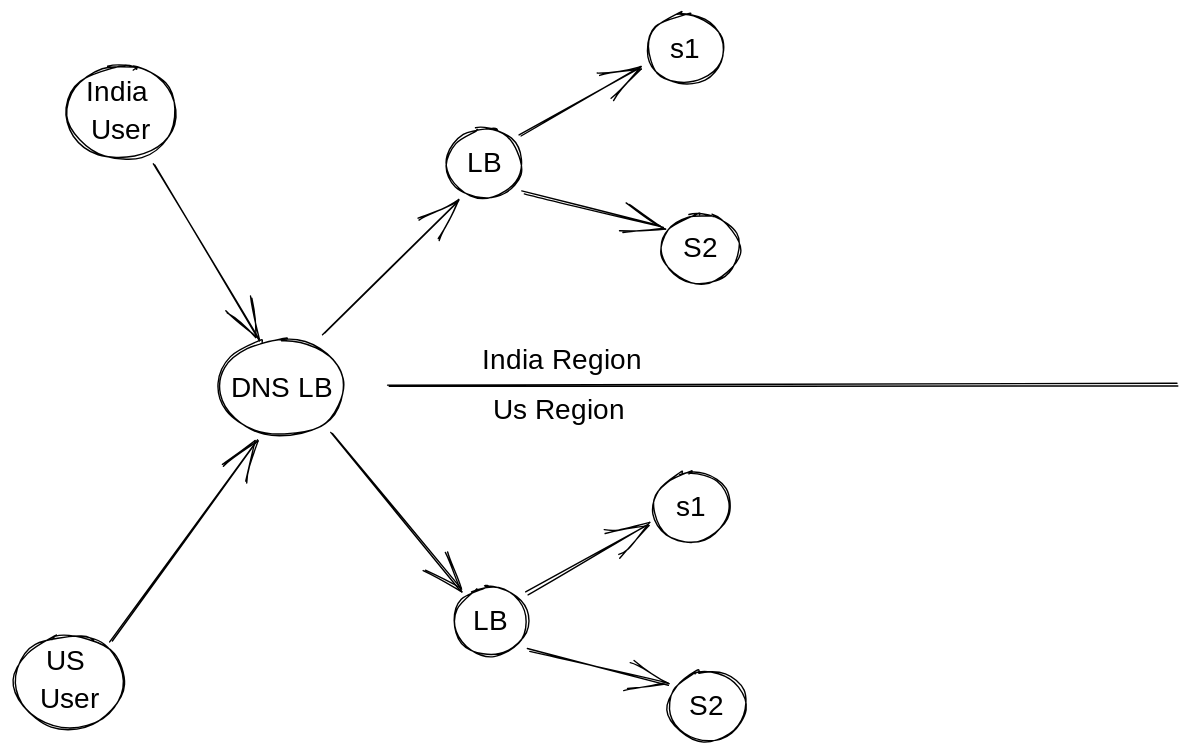
Above: .gitbook/assets/multi-region-dns-lb.svg in websysarch/gitbook-notes (Excalidraw), before the change. Source tidied: one line per element, renumbered; positions are measured from the earlier drawing's top-left corner, leaving out a move shared by most shapes. Its diagram source:
```json
{"id": 0, "type": "line", "strokeColor": "#000000", "strokeWidth": 1, "roughness": 1, "x": 268, "y": 265, "width": 563, "height": 0, "points": [[0, 0], [563, 0]]}
{"id": 1, "type": "ellipse", "strokeColor": "#000000", "strokeWidth": 1, "roughness": 1, "x": 37, "y": 37, "width": 79, "height": 66}
{"id": 2, "type": "text", "text": "India \nUser", "strokeColor": "#000000", "strokeWidth": 1, "roughness": 1, "fontSize": 20, "fontFamily": 1, "textAlign": "center", "verticalAlign": "middle", "inside": 1, "x": 42, "y": 43, "width": 69, "height": 54}
{"id": 3, "type": "ellipse", "strokeColor": "#000000", "strokeWidth": 1, "roughness": 1, "x": 0, "y": 444, "width": 79, "height": 66}
{"id": 4, "type": "text", "text": "US \nUser", "strokeColor": "#000000", "strokeWidth": 1, "roughness": 1, "fontSize": 20, "fontFamily": 1, "textAlign": "center", "verticalAlign": "middle", "inside": 3, "x": 5, "y": 450, "width": 69, "height": 54}
{"id": 5, "type": "ellipse", "strokeColor": "#000000", "strokeWidth": 1, "roughness": 1, "x": 147, "y": 233, "width": 89, "height": 69}
{"id": 6, "type": "text", "text": "DNS LB", "strokeColor": "#000000", "strokeWidth": 1, "roughness": 1, "fontSize": 20, "fontFamily": 1, "textAlign": "center", "verticalAlign": "middle", "inside": 5, "x": 152, "y": 254, "width": 79, "height": 27}
{"id": 7, "type": "arrow", "strokeColor": "#000000", "strokeWidth": 1, "roughness": 1, "endArrowhead": "arrow", "from": 1, "to": 5, "x": 100, "y": 107, "width": 75, "height": 126, "points": [[0, 0], [75, 126]]}
{"id": 8, "type": "arrow", "strokeColor": "#000000", "strokeWidth": 1, "roughness": 1, "endArrowhead": "arrow", "from": 3, "to": 5, "x": 69, "y": 448, "width": 105, "height": 143, "points": [[0, 0], [105, -143]]}
{"id": 9, "type": "ellipse", "strokeColor": "#000000", "strokeWidth": 1, "roughness": 1, "x": 310, "y": 82, "width": 53, "height": 49}
{"id": 10, "type": "arrow", "strokeColor": "#000000", "strokeWidth": 1, "roughness": 1, "endArrowhead": "arrow", "from": 5, "to": 9, "x": 222, "y": 229, "width": 96, "height": 95, "points": [[0, 0], [96, -95]]}
{"id": 11, "type": "arrow", "strokeColor": "#000000", "strokeWidth": 1, "roughness": 1, "endArrowhead": "arrow", "from": 5, "to": 19, "x": 227, "y": 299, "width": 93, "height": 112, "points": [[0, 0], [93, 112]]}
{"id": 12, "type": "ellipse", "strokeColor": "#000000", "strokeWidth": 1, "roughness": 1, "x": 452, "y": 0, "width": 55, "height": 50}
{"id": 13, "type": "ellipse", "strokeColor": "#000000", "strokeWidth": 1, "roughness": 1, "x": 463, "y": 142, "width": 55, "height": 50}
{"id": 14, "type": "arrow", "strokeColor": "#000000", "strokeWidth": 1, "roughness": 1, "endArrowhead": "arrow", "from": 9, "to": 12, "x": 362, "y": 87, "width": 85, "height": 49, "points": [[0, 0], [85, -49]]}
{"id": 15, "type": "arrow", "strokeColor": "#000000", "strokeWidth": 1, "roughness": 1, "endArrowhead": "arrow", "from": 9, "to": 13, "x": 364, "y": 127, "width": 99, "height": 25, "points": [[0, 0], [99, 25]]}
{"id": 16, "type": "text", "text": "LB", "strokeColor": "#000000", "strokeWidth": 1, "roughness": 1, "fontSize": 20, "fontFamily": 1, "textAlign": "center", "verticalAlign": "middle", "inside": 9, "x": 315, "y": 94, "width": 43, "height": 27}
{"id": 17, "type": "text", "text": "s1", "strokeColor": "#000000", "strokeWidth": 1, "roughness": 1, "fontSize": 20, "fontFamily": 1, "textAlign": "center", "verticalAlign": "middle", "inside": 12, "x": 457, "y": 12, "width": 45, "height": 27}
{"id": 18, "type": "text", "text": "S2", "strokeColor": "#000000", "strokeWidth": 1, "roughness": 1, "fontSize": 20, "fontFamily": 1, "textAlign": "center", "verticalAlign": "middle", "inside": 13, "x": 468, "y": 155, "width": 45, "height": 27}
{"id": 19, "type": "ellipse", "strokeColor": "#000000", "strokeWidth": 1, "roughness": 1, "x": 314, "y": 409, "width": 53, "height": 49}
{"id": 20, "type": "ellipse", "strokeColor": "#000000", "strokeWidth": 1, "roughness": 1, "x": 456, "y": 327, "width": 55, "height": 50}
{"id": 21, "type": "ellipse", "strokeColor": "#000000", "strokeWidth": 1, "roughness": 1, "x": 467, "y": 470, "width": 55, "height": 50}
{"id": 22, "type": "arrow", "strokeColor": "#000000", "strokeWidth": 1, "roughness": 1, "endArrowhead": "arrow", "from": 19, "to": 20, "x": 366, "y": 414, "width": 85, "height": 49, "points": [[0, 0], [85, -49]]}
{"id": 23, "type": "arrow", "strokeColor": "#000000", "strokeWidth": 1, "roughness": 1, "endArrowhead": "arrow", "from": 19, "to": 21, "x": 368, "y": 455, "width": 99, "height": 25, "points": [[0, 0], [99, 25]]}
{"id": 24, "type": "text", "text": "LB", "strokeColor": "#000000", "strokeWidth": 1, "roughness": 1, "fontSize": 20, "fontFamily": 1, "textAlign": "center", "verticalAlign": "middle", "inside": 19, "x": 319, "y": 421, "width": 43, "height": 27}
{"id": 25, "type": "text", "text": "s1", "strokeColor": "#000000", "strokeWidth": 1, "roughness": 1, "fontSize": 20, "fontFamily": 1, "textAlign": "center", "verticalAlign": "middle", "inside": 20, "x": 461, "y": 340, "width": 45, "height": 27}
{"id": 26, "type": "text", "text": "S2", "strokeColor": "#000000", "strokeWidth": 1, "roughness": 1, "fontSize": 20, "fontFamily": 1, "textAlign": "center", "verticalAlign": "middle", "inside": 21, "x": 472, "y": 482, "width": 45, "height": 27}
{"id": 27, "type": "text", "text": "India Region", "strokeColor": "#000000", "strokeWidth": 1, "roughness": 1, "fontSize": 20, "fontFamily": 1, "x": 334, "y": 236, "width": 120, "height": 25}
{"id": 28, "type": "text", "text": "Us Region", "strokeColor": "#000000", "strokeWidth": 1, "roughness": 1, "fontSize": 20, "fontFamily": 1, "x": 342, "y": 272, "width": 95, "height": 25}
```
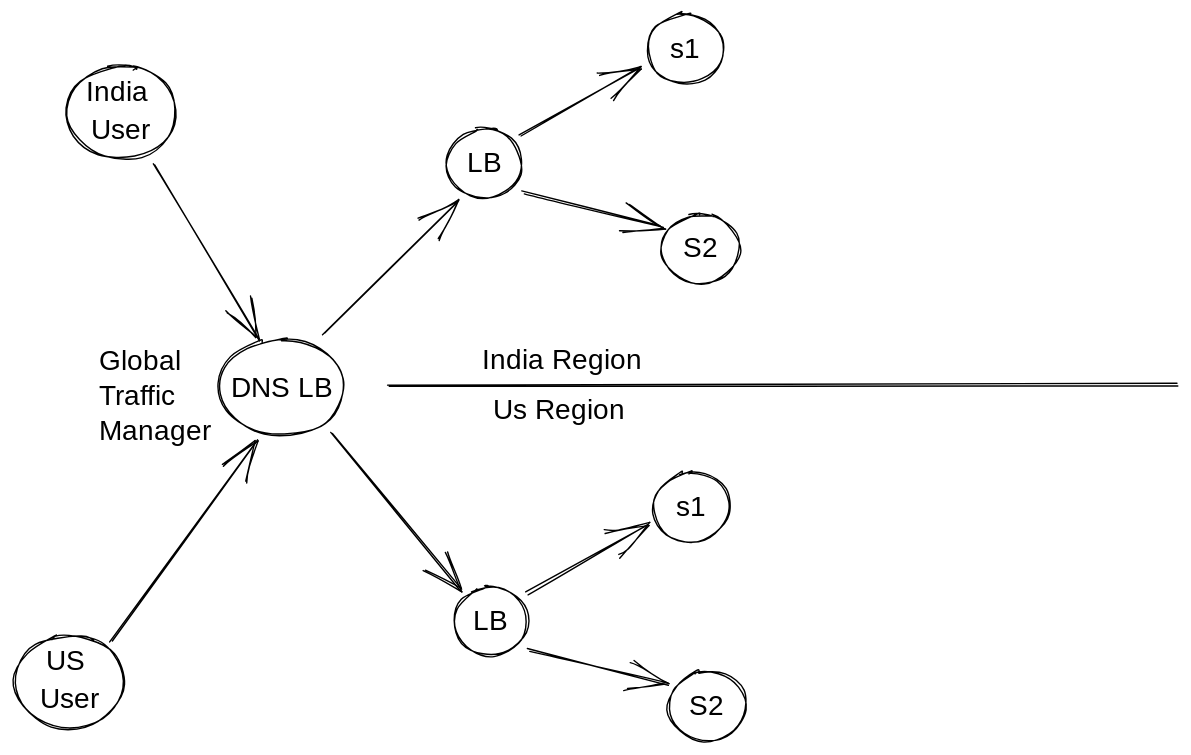
After the change.

Commit message:
GitBook: [#20] Architecture concepts

What changed in the source:
```diff
@@ -27,3 +27,4 @@
 {"id": 26, "type": "text", "text": "S2", "strokeColor": "#000000", "strokeWidth": 1, "roughness": 1, "fontSize": 20, "fontFamily": 1, "textAlign": "center", "verticalAlign": "middle", "inside": 21, "x": 472, "y": 482, "width": 45, "height": 27}
 {"id": 27, "type": "text", "text": "India Region", "strokeColor": "#000000", "strokeWidth": 1, "roughness": 1, "fontSize": 20, "fontFamily": 1, "x": 334, "y": 236, "width": 120, "height": 25}
 {"id": 28, "type": "text", "text": "Us Region", "strokeColor": "#000000", "strokeWidth": 1, "roughness": 1, "fontSize": 20, "fontFamily": 1, "x": 342, "y": 272, "width": 95, "height": 25}
+{"id": 29, "type": "text", "text": "Global\nTraffic\nManager", "strokeColor": "#000000", "strokeWidth": 1, "roughness": 1, "fontSize": 20, "fontFamily": 1, "x": 60, "y": 236, "width": 82, "height": 76}
```
